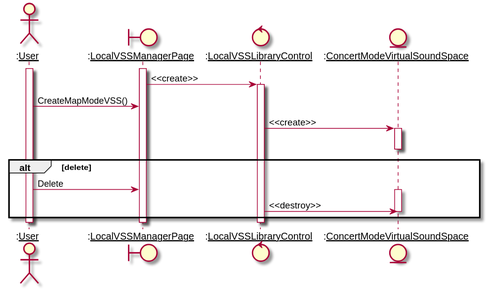
kpp19920121/doc keeps this PlantUML diagram as 需求定义和分析/SeqDiagram/createconcertmodevss.svg. Above is the earlier version.
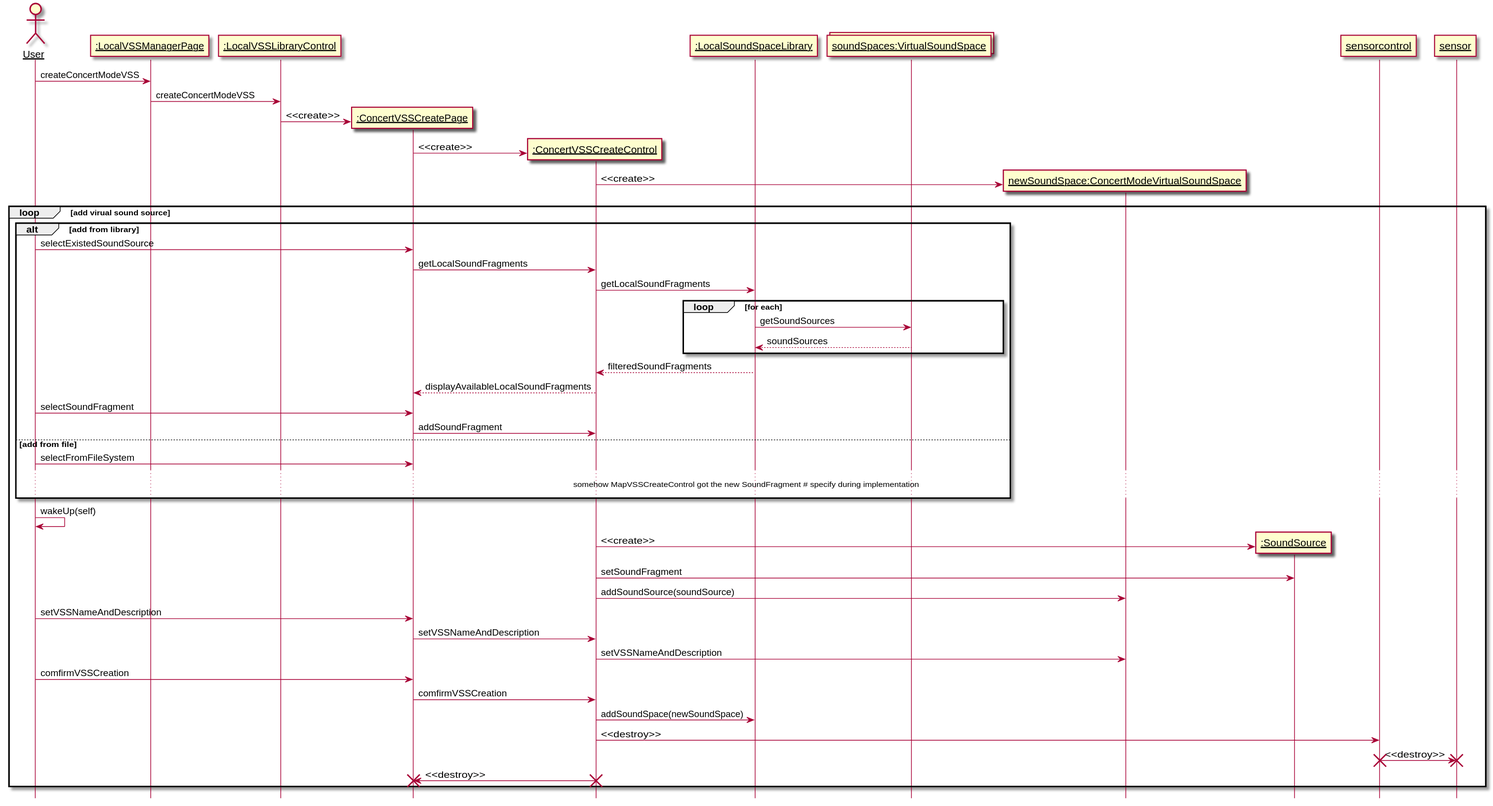
Later version of the same file.

The edit, as a diff of the source:
```diff
@@ -1,24 +1,67 @@
-@startuml
-actor ":__User__" as User
-boundary ":__LocalVSSManagerPage__" as LocalVSSManagerPage
-control ":__LocalVSSLibraryControl__" as LocalVSSLibraryControl
-entity ":__ConcertModeVirtualSoundSpace__" as ConcertModeVirtualSoundSpace
+@startuml CreateConcertModeVSS
+hide footbox
+skinparam sequenceParticipant underline
 
-activate User
-activate LocalVSSManagerPage
-LocalVSSManagerPage -> LocalVSSLibraryControl: <<create>>
-activate LocalVSSLibraryControl
-User -> LocalVSSManagerPage: CreateMapModeVSS()
-LocalVSSLibraryControl -> ConcertModeVirtualSoundSpace: <<create>>
-activate ConcertModeVirtualSoundSpace
-deactivate ConcertModeVirtualSoundSpace
-alt delete
-    User -> LocalVSSManagerPage: Delete
-    activate ConcertModeVirtualSoundSpace
-    LocalVSSLibraryControl -> ConcertModeVirtualSoundSpace: <<destroy>>
-    deactivate ConcertModeVirtualSoundSpace
+
+actor User as user
+participant ":LocalVSSManagerPage" as boundary
+participant ":LocalVSSLibraryControl" as control
+participant ":ConcertVSSCreatePage" as createboundary
+participant ":ConcertVSSCreateControl" as createcontrol
+participant ":LocalSoundSpaceLibrary" as library
+collections "soundSpaces:VirtualSoundSpace" as vsses
+participant "newSoundSpace:ConcertModeVirtualSoundSpace" as newspace
+
+
+
+user -> boundary: createConcertModeVSS
+boundary -> control: createConcertModeVSS
+create createboundary
+control -> createboundary: <<create>>
+create createcontrol
+createboundary -> createcontrol: <<create>>
+create newspace
+createcontrol -> newspace: <<create>>
+
+loop add virual sound source
+    alt add from library
+        user -> createboundary: selectExistedSoundSource
+        createboundary -> createcontrol: getLocalSoundFragments
+        createcontrol -> library: getLocalSoundFragments
+        loop for each
+            library -> vsses: getSoundSources
+            vsses --> library: soundSources
+        end
+        library --> createcontrol: filteredSoundFragments
+        createcontrol --> createboundary: displayAvailableLocalSoundFragments
+        user -> createboundary: selectSoundFragment
+        createboundary -> createcontrol: addSoundFragment
+    else add from file
+        user -> createboundary: selectFromFileSystem
+        ...somehow MapVSSCreateControl got the new SoundFragment # specify during implementation...
+    end
+
+
+    participant ":SoundSource" as source
+    user -> user: wakeUp(self)
+    create source
+    createcontrol -> source: <<create>>
+    createcontrol -> source: setSoundFragment
+    createcontrol -> newspace: addSoundSource(soundSource)
+    user -> createboundary: setVSSNameAndDescription
+    createboundary -> createcontrol: setVSSNameAndDescription
+    createcontrol -> newspace: setVSSNameAndDescription
+    user -> createboundary: comfirmVSSCreation
+    createboundary -> createcontrol: comfirmVSSCreation
+    createcontrol -> library: addSoundSpace(newSoundSpace)
+    createcontrol -> sensorcontrol: <<destroy>>
+    sensorcontrol -> sensor: <<destroy>>
+    destroy sensorcontrol
+    destroy sensor
+    createcontrol -> createboundary: <<destroy>>
+    destroy createboundary
+    destroy createcontrol
+
+
 end
-deactivate LocalVSSLibraryControl
-deactivate LocalVSSManagerPage
-deactivate User
 @enduml
```
